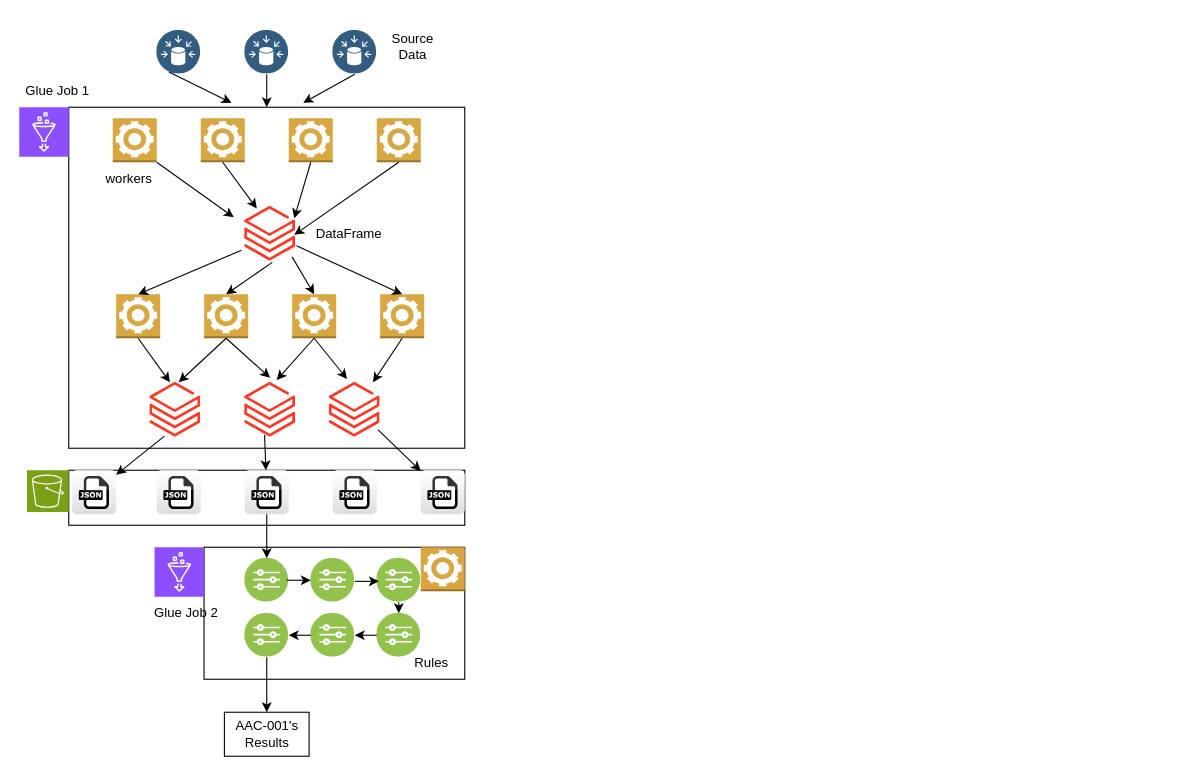
Before: page "Spark-native vs Rule Engine" (6 of 8) of drawings.drawio in sh2sg/sh2sg.github.io, a draw.io diagram. Source tidied: cells renumbered, new cells numbered last; positions are measured from the earlier drawing's top-left corner, leaving out a move shared by most shapes. Both pictures are drawn from the tidied source at 110%, with x=0, y=0 at pixel (19, 30).
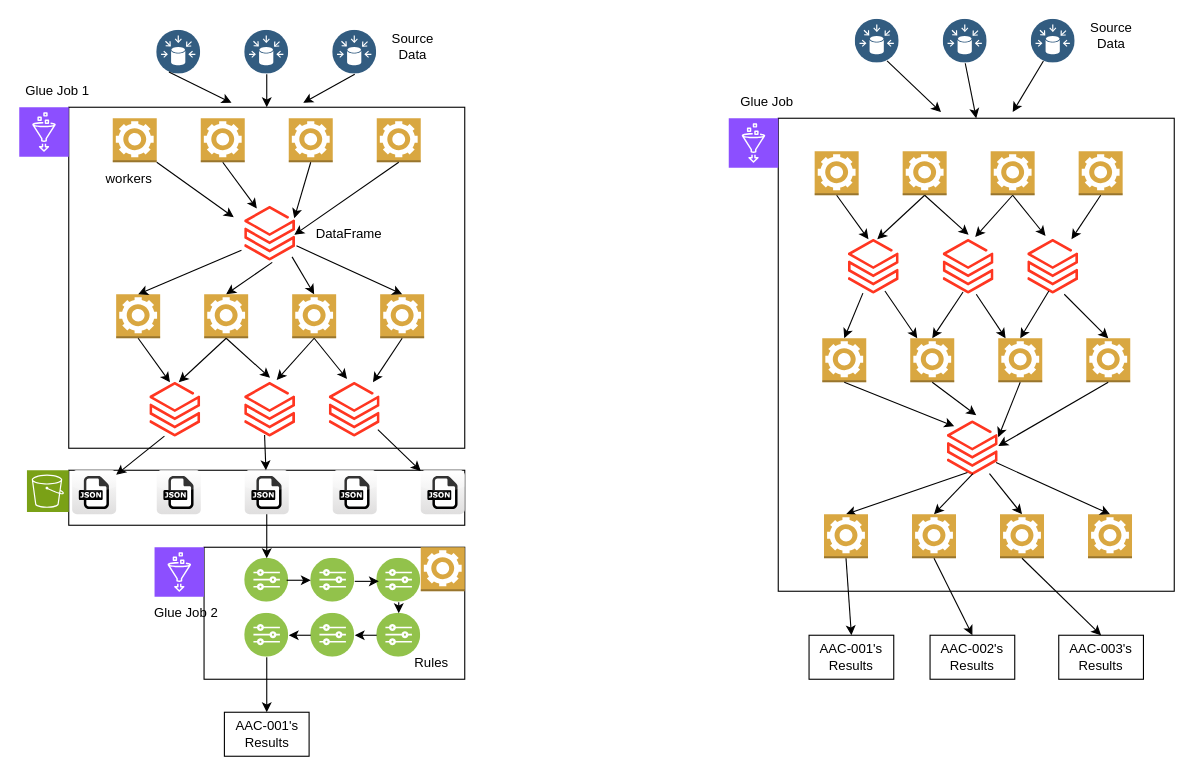
After the change.

Change to the diagram source:
```diff
@@
+    <mxCell id="69" style="rounded=0;whiteSpace=wrap;html=1;" parent="1" vertex="1">
+      <mxGeometry x="690" y="80" width="360" height="430" as="geometry" />
+    </mxCell>
+    <mxCell id="70" style="image;perimeter=ellipsePerimeter;html=1;align=center;shadow=0;dashed=0;fontColor=#4277BB;labelBackgroundColor=default;fontSize=12;spacingTop=3;image=img/lib/ibm/data/data_sources.svg;" parent="1" vertex="1">
+      <mxGeometry x="760" y="-10" width="40" height="40" as="geometry" />
+    </mxCell>
+    <mxCell id="71" style="image;perimeter=ellipsePerimeter;html=1;align=center;shadow=0;dashed=0;fontColor=#4277BB;labelBackgroundColor=default;fontSize=12;spacingTop=3;image=img/lib/ibm/data/data_sources.svg;" parent="1" vertex="1">
+      <mxGeometry x="840" y="-10" width="40" height="40" as="geometry" />
+    </mxCell>
+    <mxCell id="72" style="image;perimeter=ellipsePerimeter;html=1;align=center;shadow=0;dashed=0;fontColor=#4277BB;labelBackgroundColor=default;fontSize=12;spacingTop=3;image=img/lib/ibm/data/data_sources.svg;" parent="1" vertex="1">
+      <mxGeometry x="920" y="-10" width="40" height="40" as="geometry" />
+    </mxCell>
+    <mxCell id="73" style="outlineConnect=0;dashed=0;verticalLabelPosition=bottom;verticalAlign=top;align=center;html=1;shape=mxgraph.aws3.worker;fillColor=#D9A741;gradientColor=none;" parent="1" vertex="1">
+      <mxGeometry x="723.1" y="110" width="40" height="40" as="geometry" />
+    </mxCell>
+    <mxCell id="74" style="outlineConnect=0;dashed=0;verticalLabelPosition=bottom;verticalAlign=top;align=center;html=1;shape=mxgraph.aws3.worker;fillColor=#D9A741;gradientColor=none;" parent="1" vertex="1">
+      <mxGeometry x="803.1" y="110" width="40" height="40" as="geometry" />
+    </mxCell>
+    <mxCell id="75" style="outlineConnect=0;dashed=0;verticalLabelPosition=bottom;verticalAlign=top;align=center;html=1;shape=mxgraph.aws3.worker;fillColor=#D9A741;gradientColor=none;" parent="1" vertex="1">
+      <mxGeometry x="883.1" y="110" width="40" height="40" as="geometry" />
+    </mxCell>
+    <mxCell id="76" style="outlineConnect=0;dashed=0;verticalLabelPosition=bottom;verticalAlign=top;align=center;html=1;shape=mxgraph.aws3.worker;fillColor=#D9A741;gradientColor=none;" parent="1" vertex="1">
+      <mxGeometry x="963.1" y="110" width="40" height="40" as="geometry" />
+    </mxCell>
+    <mxCell id="77" style="image;html=1;points=[];align=center;fontSize=12;image=img/lib/azure2/analytics/Azure_Databricks.svg;" parent="1" vertex="1">
+      <mxGeometry x="753.8" y="190" width="46.2" height="50" as="geometry" />
+    </mxCell>
+    <mxCell id="78" style="image;html=1;points=[];align=center;fontSize=12;image=img/lib/azure2/analytics/Azure_Databricks.svg;" parent="1" vertex="1">
+      <mxGeometry x="840" y="190" width="46.2" height="50" as="geometry" />
+    </mxCell>
+    <mxCell id="79" style="image;html=1;points=[];align=center;fontSize=12;image=img/lib/azure2/analytics/Azure_Databricks.svg;" parent="1" vertex="1">
+      <mxGeometry x="916.9" y="190" width="46.2" height="50" as="geometry" />
+    </mxCell>
+    <mxCell id="80" style="endArrow=classic;html=1;rounded=0;exitX=0.5;exitY=1;exitDx=0;exitDy=0;exitPerimeter=0;entryX=0.394;entryY=0;entryDx=0;entryDy=0;entryPerimeter=0;" parent="1" edge="1" source="73" target="77">
+      <mxGeometry relative="1" as="geometry" />
+    </mxCell>
+    <mxCell id="81" style="endArrow=classic;html=1;rounded=0;exitX=0.5;exitY=1;exitDx=0;exitDy=0;exitPerimeter=0;entryX=0.567;entryY=0;entryDx=0;entryDy=0;entryPerimeter=0;" parent="1" edge="1" source="74" target="77">
+      <mxGeometry relative="1" as="geometry" />
+    </mxCell>
+    <mxCell id="82" style="endArrow=classic;html=1;rounded=0;exitX=0.5;exitY=1;exitDx=0;exitDy=0;exitPerimeter=0;entryX=0.498;entryY=-0.08;entryDx=0;entryDy=0;entryPerimeter=0;" parent="1" edge="1" source="74" target="78">
+      <mxGeometry relative="1" as="geometry" />
+    </mxCell>
+    <mxCell id="83" style="endArrow=classic;html=1;rounded=0;exitX=0.5;exitY=1;exitDx=0;exitDy=0;exitPerimeter=0;entryX=0.628;entryY=-0.04;entryDx=0;entryDy=0;entryPerimeter=0;" parent="1" edge="1" source="75" target="78">
+      <mxGeometry relative="1" as="geometry" />
+    </mxCell>
+    <mxCell id="84" style="endArrow=classic;html=1;rounded=0;exitX=0.5;exitY=1;exitDx=0;exitDy=0;exitPerimeter=0;" parent="1" edge="1" source="76" target="79">
+      <mxGeometry relative="1" as="geometry" />
+    </mxCell>
+    <mxCell id="85" style="endArrow=classic;html=1;rounded=0;exitX=0.5;exitY=1;exitDx=0;exitDy=0;exitPerimeter=0;entryX=0.348;entryY=-0.06;entryDx=0;entryDy=0;entryPerimeter=0;" parent="1" edge="1" source="75" target="79">
+      <mxGeometry relative="1" as="geometry" />
+    </mxCell>
+    <mxCell id="86" style="endArrow=classic;html=1;rounded=0;exitX=0.285;exitY=0.98;exitDx=0;exitDy=0;exitPerimeter=0;entryX=0.5;entryY=0;entryDx=0;entryDy=0;entryPerimeter=0;" parent="1" edge="1" source="77" target="95">
+      <mxGeometry relative="1" as="geometry" />
+    </mxCell>
+    <mxCell id="87" style="endArrow=classic;html=1;rounded=0;exitX=0.39;exitY=0.96;exitDx=0;exitDy=0;exitPerimeter=0;entryX=0.5;entryY=0;entryDx=0;entryDy=0;entryPerimeter=0;" parent="1" edge="1" source="78" target="96">
+      <mxGeometry relative="1" as="geometry" />
+    </mxCell>
+    <mxCell id="88" style="endArrow=classic;html=1;rounded=0;exitX=0.413;exitY=0.94;exitDx=0;exitDy=0;exitPerimeter=0;entryX=0.5;entryY=0;entryDx=0;entryDy=0;entryPerimeter=0;" parent="1" edge="1" source="79" target="97">
+      <mxGeometry relative="1" as="geometry" />
+    </mxCell>
+    <mxCell id="89" style="endArrow=classic;html=1;rounded=0;exitX=0.75;exitY=1;exitDx=0;exitDy=0;entryX=0.411;entryY=-0.013;entryDx=0;entryDy=0;entryPerimeter=0;" parent="1" edge="1" source="70" target="69">
+      <mxGeometry relative="1" as="geometry" />
+    </mxCell>
+    <mxCell id="90" style="endArrow=classic;html=1;rounded=0;entryX=0.592;entryY=-0.013;entryDx=0;entryDy=0;entryPerimeter=0;exitX=0.25;exitY=1;exitDx=0;exitDy=0;" parent="1" edge="1" source="72" target="69">
+      <mxGeometry relative="1" as="geometry" />
+    </mxCell>
+    <mxCell id="91" style="endArrow=classic;html=1;rounded=0;entryX=0.5;entryY=0;entryDx=0;entryDy=0;exitX=0.5;exitY=1;exitDx=0;exitDy=0;" parent="1" edge="1" source="71" target="69">
+      <mxGeometry relative="1" as="geometry" />
+    </mxCell>
+    <mxCell id="92" value="Source Data" style="text;html=1;align=center;verticalAlign=middle;whiteSpace=wrap;rounded=0;" parent="1" vertex="1">
+      <mxGeometry x="963.1" y="-10" width="60" height="30" as="geometry" />
+    </mxCell>
+    <mxCell id="93" value="Glue Job" style="text;html=1;align=center;verticalAlign=middle;whiteSpace=wrap;rounded=0;" parent="1" vertex="1">
+      <mxGeometry x="645" y="50" width="70" height="30" as="geometry" />
+    </mxCell>
+    <mxCell id="94" style="sketch=0;fontColor=#232F3E;fillColor=#8C4FFF;strokeColor=#ffffff;dashed=0;verticalLabelPosition=bottom;verticalAlign=top;align=center;html=1;fontSize=12;fontStyle=0;shape=mxgraph.aws4.resourceIcon;resIcon=mxgraph.aws4.glue;" parent="1" vertex="1">
+      <mxGeometry x="645" y="80" width="45" height="45" as="geometry" />
+    </mxCell>
+    <mxCell id="95" style="outlineConnect=0;dashed=0;verticalLabelPosition=bottom;verticalAlign=top;align=center;html=1;shape=mxgraph.aws3.worker;fillColor=#D9A741;gradientColor=none;" parent="1" vertex="1">
+      <mxGeometry x="730" y="280" width="40" height="40" as="geometry" />
+    </mxCell>
+    <mxCell id="96" style="outlineConnect=0;dashed=0;verticalLabelPosition=bottom;verticalAlign=top;align=center;html=1;shape=mxgraph.aws3.worker;fillColor=#D9A741;gradientColor=none;" parent="1" vertex="1">
+      <mxGeometry x="810" y="280" width="40" height="40" as="geometry" />
+    </mxCell>
+    <mxCell id="97" style="outlineConnect=0;dashed=0;verticalLabelPosition=bottom;verticalAlign=top;align=center;html=1;shape=mxgraph.aws3.worker;fillColor=#D9A741;gradientColor=none;" parent="1" vertex="1">
+      <mxGeometry x="890" y="280" width="40" height="40" as="geometry" />
+    </mxCell>
+    <mxCell id="98" style="outlineConnect=0;dashed=0;verticalLabelPosition=bottom;verticalAlign=top;align=center;html=1;shape=mxgraph.aws3.worker;fillColor=#D9A741;gradientColor=none;" parent="1" vertex="1">
+      <mxGeometry x="970" y="280" width="40" height="40" as="geometry" />
+    </mxCell>
+    <mxCell id="99" style="endArrow=classic;html=1;rounded=0;exitX=0.718;exitY=0.94;exitDx=0;exitDy=0;exitPerimeter=0;" parent="1" edge="1" source="77" target="96">
+      <mxGeometry relative="1" as="geometry" />
+    </mxCell>
+    <mxCell id="100" style="endArrow=classic;html=1;rounded=0;" parent="1" edge="1" target="97">
+      <mxGeometry relative="1" as="geometry">
+        <mxPoint x="870" y="240" as="sourcePoint" />
+      </mxGeometry>
+    </mxCell>
+    <mxCell id="101" style="endArrow=classic;html=1;rounded=0;entryX=0.5;entryY=0;entryDx=0;entryDy=0;entryPerimeter=0;" parent="1" edge="1" target="98">
+      <mxGeometry relative="1" as="geometry">
+        <mxPoint x="950" y="240" as="sourcePoint" />
+      </mxGeometry>
+    </mxCell>
+    <mxCell id="102" style="image;html=1;points=[];align=center;fontSize=12;image=img/lib/azure2/analytics/Azure_Databricks.svg;" parent="1" vertex="1">
+      <mxGeometry x="843.8" y="355" width="46.2" height="50" as="geometry" />
+    </mxCell>
+    <mxCell id="103" style="endArrow=classic;html=1;rounded=0;exitX=0.5;exitY=1;exitDx=0;exitDy=0;exitPerimeter=0;" parent="1" edge="1" source="95">
+      <mxGeometry relative="1" as="geometry">
+        <mxPoint x="850" y="360" as="targetPoint" />
+      </mxGeometry>
+    </mxCell>
+    <mxCell id="104" style="endArrow=classic;html=1;rounded=0;exitX=0.5;exitY=1;exitDx=0;exitDy=0;exitPerimeter=0;" parent="1" edge="1" source="96">
+      <mxGeometry relative="1" as="geometry">
+        <mxPoint x="870" y="350" as="targetPoint" />
+      </mxGeometry>
+    </mxCell>
+    <mxCell id="105" style="endArrow=classic;html=1;rounded=0;exitX=0.5;exitY=1;exitDx=0;exitDy=0;exitPerimeter=0;" parent="1" edge="1" source="97">
+      <mxGeometry relative="1" as="geometry">
+        <mxPoint x="890" y="370" as="targetPoint" />
+      </mxGeometry>
+    </mxCell>
+    <mxCell id="106" style="endArrow=classic;html=1;rounded=0;entryX=1;entryY=0.46;entryDx=0;entryDy=0;entryPerimeter=0;exitX=0.5;exitY=1;exitDx=0;exitDy=0;exitPerimeter=0;" parent="1" edge="1" source="98" target="102">
+      <mxGeometry relative="1" as="geometry" />
+    </mxCell>
+    <mxCell id="107" style="endArrow=classic;html=1;rounded=0;exitX=0.394;exitY=0.94;exitDx=0;exitDy=0;exitPerimeter=0;entryX=0.5;entryY=0;entryDx=0;entryDy=0;entryPerimeter=0;" parent="1" edge="1" source="102" target="111">
+      <mxGeometry relative="1" as="geometry" />
+    </mxCell>
+    <mxCell id="108" value="AAC-001's Results" style="rounded=0;whiteSpace=wrap;html=1;" parent="1" vertex="1">
+      <mxGeometry x="718" y="550" width="77" height="40" as="geometry" />
+    </mxCell>
+    <mxCell id="109" value="AAC-002's Results" style="rounded=0;whiteSpace=wrap;html=1;" parent="1" vertex="1">
+      <mxGeometry x="828" y="550" width="77" height="40" as="geometry" />
+    </mxCell>
+    <mxCell id="110" value="AAC-003's Results" style="rounded=0;whiteSpace=wrap;html=1;" parent="1" vertex="1">
+      <mxGeometry x="945" y="550" width="77" height="40" as="geometry" />
+    </mxCell>
+    <mxCell id="111" style="outlineConnect=0;dashed=0;verticalLabelPosition=bottom;verticalAlign=top;align=center;html=1;shape=mxgraph.aws3.worker;fillColor=#D9A741;gradientColor=none;" parent="1" vertex="1">
+      <mxGeometry x="731.6" y="440" width="40" height="40" as="geometry" />
+    </mxCell>
+    <mxCell id="112" style="outlineConnect=0;dashed=0;verticalLabelPosition=bottom;verticalAlign=top;align=center;html=1;shape=mxgraph.aws3.worker;fillColor=#D9A741;gradientColor=none;" parent="1" vertex="1">
+      <mxGeometry x="811.6" y="440" width="40" height="40" as="geometry" />
+    </mxCell>
+    <mxCell id="113" style="outlineConnect=0;dashed=0;verticalLabelPosition=bottom;verticalAlign=top;align=center;html=1;shape=mxgraph.aws3.worker;fillColor=#D9A741;gradientColor=none;" parent="1" vertex="1">
+      <mxGeometry x="891.6" y="440" width="40" height="40" as="geometry" />
+    </mxCell>
+    <mxCell id="114" style="outlineConnect=0;dashed=0;verticalLabelPosition=bottom;verticalAlign=top;align=center;html=1;shape=mxgraph.aws3.worker;fillColor=#D9A741;gradientColor=none;" parent="1" vertex="1">
+      <mxGeometry x="971.6" y="440" width="40" height="40" as="geometry" />
+    </mxCell>
+    <mxCell id="115" style="endArrow=classic;html=1;rounded=0;exitX=0.502;exitY=0.96;exitDx=0;exitDy=0;exitPerimeter=0;entryX=0.5;entryY=0;entryDx=0;entryDy=0;entryPerimeter=0;" parent="1" edge="1" source="102" target="112">
+      <mxGeometry relative="1" as="geometry" />
+    </mxCell>
+    <mxCell id="116" style="endArrow=classic;html=1;rounded=0;exitX=0.827;exitY=0.96;exitDx=0;exitDy=0;exitPerimeter=0;entryX=0.5;entryY=0;entryDx=0;entryDy=0;entryPerimeter=0;" parent="1" edge="1" source="102" target="113">
+      <mxGeometry relative="1" as="geometry" />
+    </mxCell>
+    <mxCell id="117" style="endArrow=classic;html=1;rounded=0;exitX=0.957;exitY=0.76;exitDx=0;exitDy=0;exitPerimeter=0;entryX=0.5;entryY=0;entryDx=0;entryDy=0;entryPerimeter=0;" parent="1" edge="1" source="102" target="114">
+      <mxGeometry relative="1" as="geometry" />
+    </mxCell>
+    <mxCell id="118" style="endArrow=classic;html=1;rounded=0;exitX=0.5;exitY=1;exitDx=0;exitDy=0;exitPerimeter=0;entryX=0.5;entryY=0;entryDx=0;entryDy=0;" parent="1" edge="1" source="111" target="108">
+      <mxGeometry relative="1" as="geometry" />
+    </mxCell>
+    <mxCell id="119" style="endArrow=classic;html=1;rounded=0;exitX=0.5;exitY=1;exitDx=0;exitDy=0;exitPerimeter=0;entryX=0.5;entryY=0;entryDx=0;entryDy=0;" parent="1" edge="1" source="112" target="109">
+      <mxGeometry relative="1" as="geometry" />
+    </mxCell>
+    <mxCell id="120" style="endArrow=classic;html=1;rounded=0;exitX=0.5;exitY=1;exitDx=0;exitDy=0;exitPerimeter=0;entryX=0.5;entryY=0;entryDx=0;entryDy=0;" parent="1" edge="1" source="113" target="110">
+      <mxGeometry relative="1" as="geometry" />
+    </mxCell>
```
